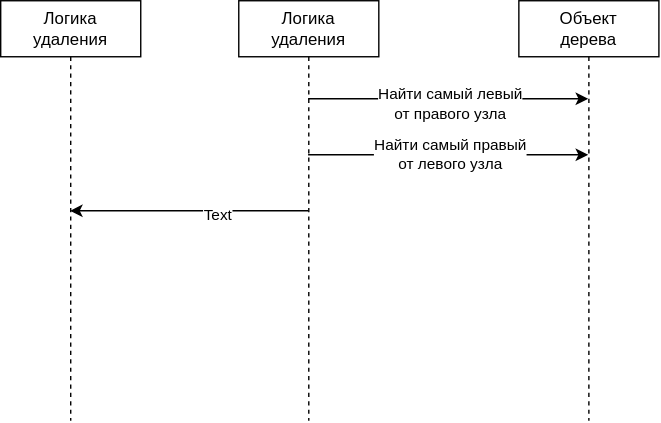
This is База/Структуры данных/2. Быстро находить данные и проверять условия/2.3. Проверять принадлежность и уникальность/Множество (Set)/TreeAvl.удаление2потомка.drawio.svg from kosukhin/catalog, a draw.io export, as it was before one commit. Source tidied: cells renumbered, new cells last; positions are measured from the earlier drawing's top-left corner, leaving out a move shared by most shapes.
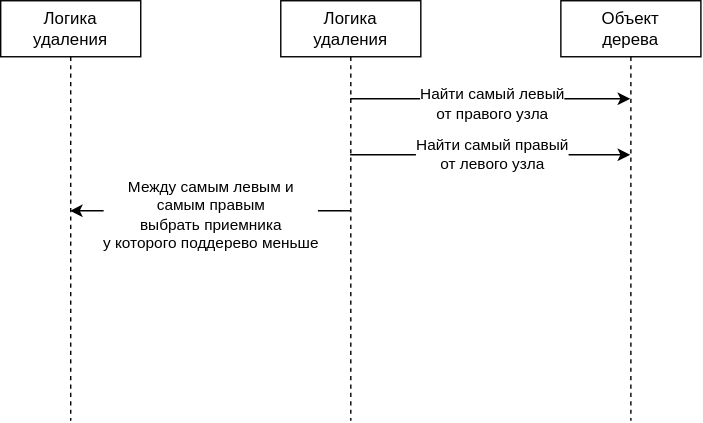
After the change.

Change to the diagram source:
```diff
@@ -33,14 +33,14 @@
       </mxGeometry>
     </mxCell>
     <mxCell id="8" value="Логика&amp;nbsp;&lt;div&gt;удаления&lt;/div&gt;" style="shape=umlLifeline;perimeter=lifelinePerimeter;whiteSpace=wrap;html=1;outlineConnect=0;portConstraint=eastwest;newEdgeStyle={&quot;edgeStyle&quot;:&quot;sequenceEdgeStyle&quot;,&quot;libavoidRouting&quot;:0,&quot;curved&quot;:0,&quot;rounded&quot;:0};" parent="1" vertex="1">
-      <mxGeometry width="100" height="300" as="geometry" />
+      <mxGeometry x="-30" width="100" height="300" as="geometry" />
     </mxCell>
     <mxCell id="9" style="edgeStyle=sequenceEdgeStyle;html=1;libavoidRouting=0;curved=0;rounded=0;" parent="1" edge="1" source="2" target="8">
       <mxGeometry relative="1" as="geometry" />
     </mxCell>
-    <mxCell id="10" value="Text" style="edgeLabel;html=1;align=center;verticalAlign=middle;" parent="9" vertex="1">
+    <mxCell id="10" value="Между самым левым и&amp;nbsp;&lt;div&gt;самым правым&lt;/div&gt;&lt;div&gt;&amp;nbsp;выбрать приемника&lt;/div&gt;&lt;div&gt;у которого поддерево меньше&lt;/div&gt;" style="edgeLabel;html=1;align=center;verticalAlign=middle;" parent="9" vertex="1">
       <mxGeometry x="-0.23" y="2" relative="1" as="geometry">
-        <mxPoint x="1" as="offset" />
+        <mxPoint x="-23" as="offset" />
       </mxGeometry>
     </mxCell>
   </root>
```
